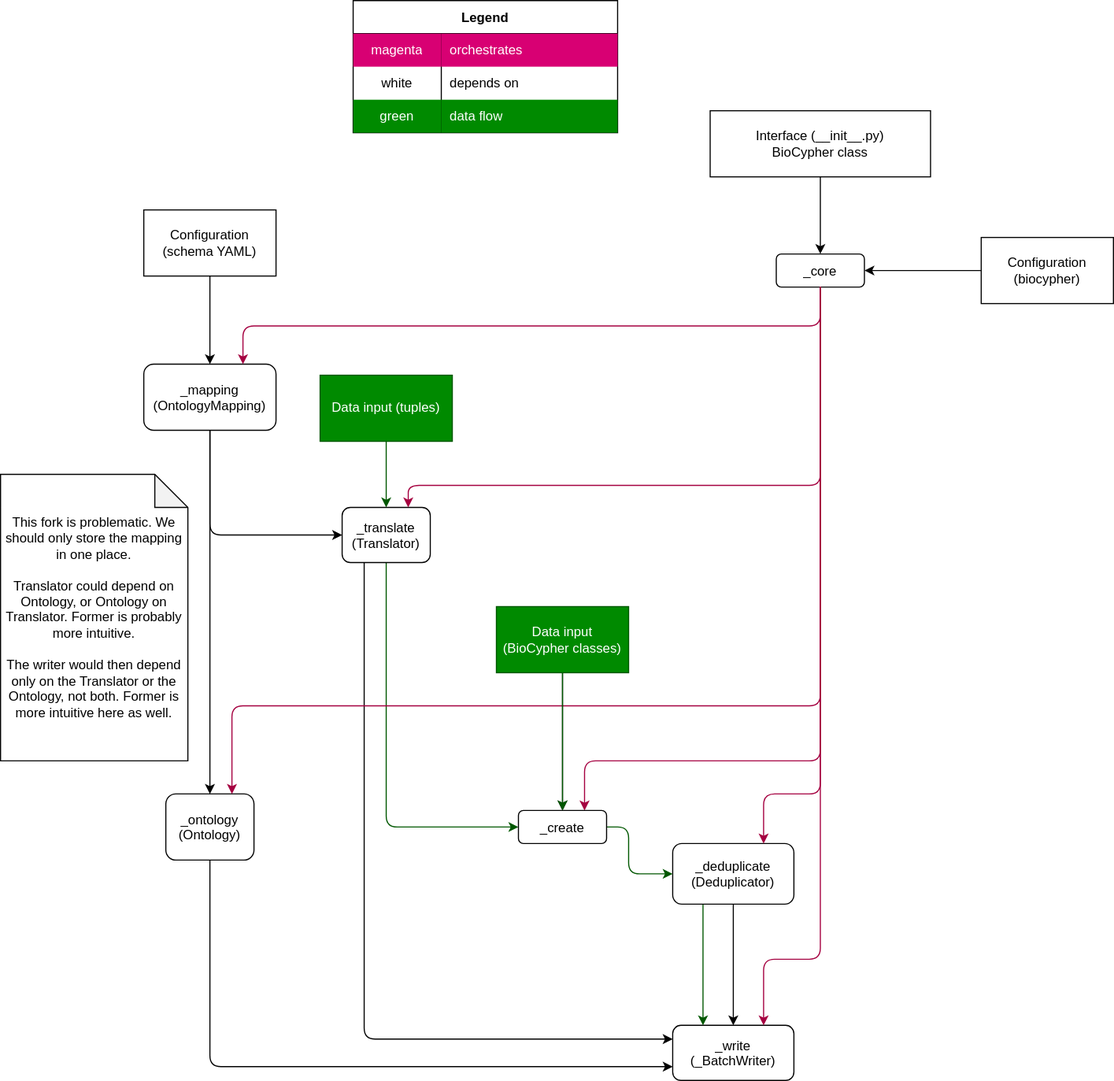
Above: write_mode.drawio.svg in biocypher/biocypher (draw.io), before the change. Source tidied: cells renumbered, new cells last; positions are measured from the earlier drawing's top-left corner, leaving out a move shared by most shapes.
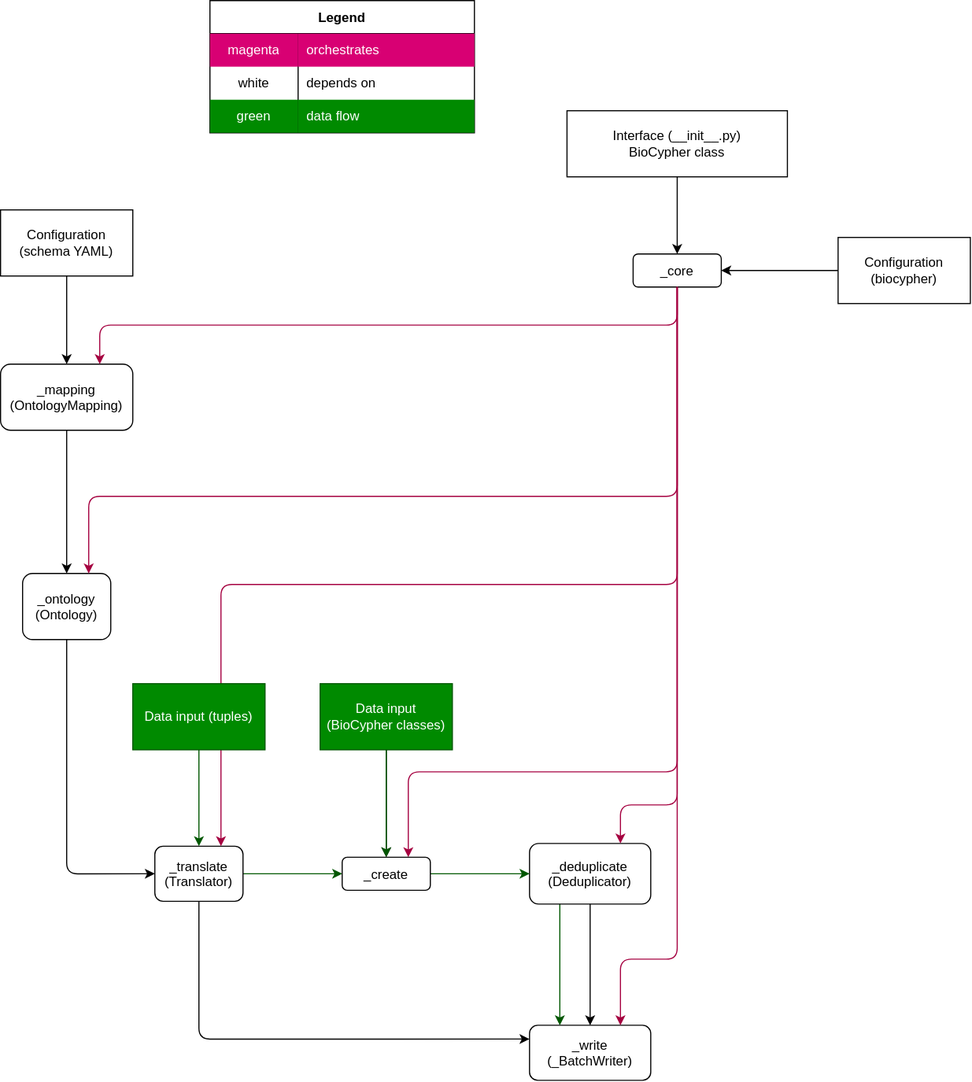
Above is the later version.

The edit, as a diff of the source:
```diff
@@ -5,8 +5,8 @@
     <mxCell id="2" style="edgeStyle=orthogonalEdgeStyle;html=1;exitX=0.5;exitY=1;exitDx=0;exitDy=0;entryX=0.75;entryY=0;entryDx=0;entryDy=0;elbow=vertical;fillColor=#d80073;strokeColor=#A50040;" parent="1" edge="1" source="3" target="24">
       <mxGeometry relative="1" as="geometry">
         <Array as="points">
-          <mxPoint x="744" y="690" />
-          <mxPoint x="530" y="690" />
+          <mxPoint x="744" y="700" />
+          <mxPoint x="500" y="700" />
         </Array>
       </mxGeometry>
     </mxCell>
@@ -24,31 +24,33 @@
         </Array>
       </mxGeometry>
     </mxCell>
-    <mxCell id="6" style="edgeStyle=orthogonalEdgeStyle;html=1;exitX=0.5;exitY=1;exitDx=0;exitDy=0;entryX=0;entryY=0.5;entryDx=0;entryDy=0;elbow=vertical;fillColor=#008a00;strokeColor=#005700;" parent="1" edge="1" source="8" target="24">
+    <mxCell id="6" style="edgeStyle=orthogonalEdgeStyle;html=1;exitX=1;exitY=0.5;exitDx=0;exitDy=0;entryX=0;entryY=0.5;entryDx=0;entryDy=0;elbow=vertical;fillColor=#008a00;strokeColor=#005700;" parent="1" edge="1" source="8" target="24">
       <mxGeometry relative="1" as="geometry" />
     </mxCell>
-    <mxCell id="7" style="edgeStyle=orthogonalEdgeStyle;html=1;exitX=0.25;exitY=1;exitDx=0;exitDy=0;entryX=0;entryY=0.25;entryDx=0;entryDy=0;elbow=vertical;" parent="1" edge="1" source="8" target="4">
+    <mxCell id="7" style="edgeStyle=orthogonalEdgeStyle;html=1;exitX=0.5;exitY=1;exitDx=0;exitDy=0;entryX=0;entryY=0.25;entryDx=0;entryDy=0;elbow=vertical;" parent="1" edge="1" source="8" target="4">
       <mxGeometry relative="1" as="geometry" />
     </mxCell>
     <mxCell id="8" value="_translate&#10;(Translator)" style="rounded=1;" parent="1" vertex="1">
-      <mxGeometry x="310" y="460" width="80" height="50" as="geometry" />
+      <mxGeometry x="270" y="767.5" width="80" height="50" as="geometry" />
     </mxCell>
     <mxCell id="9" style="edgeStyle=elbowEdgeStyle;elbow=vertical;fillColor=#d80073;strokeColor=#A50040;entryX=0.75;entryY=0;entryDx=0;entryDy=0;" parent="1" edge="1" source="3" target="8">
       <mxGeometry relative="1" as="geometry">
         <Array as="points">
+          <mxPoint x="460" y="530" />
           <mxPoint x="490" y="440" />
         </Array>
       </mxGeometry>
     </mxCell>
-    <mxCell id="10" style="edgeStyle=orthogonalEdgeStyle;html=1;exitX=0.5;exitY=1;exitDx=0;exitDy=0;entryX=0;entryY=0.75;entryDx=0;entryDy=0;elbow=vertical;" parent="1" edge="1" source="11" target="4">
+    <mxCell id="10" style="edgeStyle=orthogonalEdgeStyle;html=1;exitX=0.5;exitY=1;exitDx=0;exitDy=0;entryX=0;entryY=0.5;entryDx=0;entryDy=0;elbow=vertical;" parent="1" edge="1" source="11" target="8">
       <mxGeometry relative="1" as="geometry" />
     </mxCell>
     <mxCell id="11" value="_ontology&#10;(Ontology)" style="rounded=1;" parent="1" vertex="1">
-      <mxGeometry x="150" y="720" width="80" height="60" as="geometry" />
+      <mxGeometry x="150" y="520" width="80" height="60" as="geometry" />
     </mxCell>
     <mxCell id="12" style="edgeStyle=elbowEdgeStyle;elbow=vertical;fillColor=#d80073;strokeColor=#A50040;entryX=0.75;entryY=0;entryDx=0;entryDy=0;" parent="1" edge="1" source="3" target="11">
       <mxGeometry relative="1" as="geometry">
         <Array as="points">
+          <mxPoint x="290" y="450" />
           <mxPoint x="500" y="640" />
           <mxPoint x="410" y="560" />
           <mxPoint x="450" y="460" />
@@ -75,13 +77,10 @@
     <mxCell id="18" style="edgeStyle=elbowEdgeStyle;elbow=vertical;fillColor=#d80073;strokeColor=#A50040;entryX=0.75;entryY=0;entryDx=0;entryDy=0;" parent="1" edge="1" source="3" target="17">
       <mxGeometry relative="1" as="geometry">
         <Array as="points">
-          <mxPoint x="744" y="720" />
+          <mxPoint x="744" y="730" />
         </Array>
       </mxGeometry>
     </mxCell>
-    <mxCell id="19" style="edgeStyle=orthogonalEdgeStyle;html=1;entryX=0;entryY=0.5;entryDx=0;entryDy=0;exitX=0.5;exitY=1;exitDx=0;exitDy=0;elbow=vertical;" parent="1" edge="1" source="21" target="8">
-      <mxGeometry relative="1" as="geometry" />
-    </mxCell>
     <mxCell id="20" style="edgeStyle=orthogonalEdgeStyle;html=1;exitX=0.5;exitY=1;exitDx=0;exitDy=0;entryX=0.5;entryY=0;entryDx=0;entryDy=0;elbow=vertical;" parent="1" edge="1" source="21" target="11">
       <mxGeometry relative="1" as="geometry" />
     </mxCell>
@@ -91,13 +90,11 @@
     <mxCell id="22" style="edgeStyle=elbowEdgeStyle;elbow=vertical;exitX=0.5;exitY=1;exitDx=0;exitDy=0;fillColor=#d80073;strokeColor=#A50040;entryX=0.75;entryY=0;entryDx=0;entryDy=0;" parent="1" edge="1" source="3" target="21">
       <mxGeometry relative="1" as="geometry" />
     </mxCell>
-    <mxCell id="23" style="edgeStyle=orthogonalEdgeStyle;html=1;exitX=1;exitY=0.5;exitDx=0;exitDy=0;entryX=0;entryY=0.5;entryDx=0;entryDy=0;elbow=vertical;fillColor=#008a00;strokeColor=#005700;" parent="1" edge="1" target="17">
-      <mxGeometry relative="1" as="geometry">
-        <mxPoint x="530" y="750" as="sourcePoint" />
-      </mxGeometry>
+    <mxCell id="23" style="edgeStyle=orthogonalEdgeStyle;html=1;exitX=1;exitY=0.5;exitDx=0;exitDy=0;entryX=0;entryY=0.5;entryDx=0;entryDy=0;elbow=vertical;fillColor=#008a00;strokeColor=#005700;" parent="1" edge="1" source="24" target="17">
+      <mxGeometry relative="1" as="geometry" />
     </mxCell>
     <mxCell id="24" value="_create" style="rounded=1;" parent="1" vertex="1">
-      <mxGeometry x="470" y="735" width="80" height="30" as="geometry" />
+      <mxGeometry x="440" y="777.5" width="80" height="30" as="geometry" />
     </mxCell>
     <mxCell id="25" style="edgeStyle=elbowEdgeStyle;elbow=vertical;exitX=0.5;exitY=1;exitDx=0;exitDy=0;startArrow=none;" parent="1" edge="1" source="33" target="24">
       <mxGeometry relative="1" as="geometry" />
@@ -106,7 +103,7 @@
       <mxGeometry relative="1" as="geometry" />
     </mxCell>
     <mxCell id="27" value="Data input (tuples)" style="rounded=0;whiteSpace=wrap;html=1;fillColor=#008a00;fontColor=#ffffff;strokeColor=#005700;" parent="1" vertex="1">
-      <mxGeometry x="290" y="340" width="120" height="60" as="geometry" />
+      <mxGeometry x="250" y="620" width="120" height="60" as="geometry" />
     </mxCell>
     <mxCell id="28" style="edgeStyle=none;html=1;exitX=0.5;exitY=1;exitDx=0;exitDy=0;entryX=0.5;entryY=0;entryDx=0;entryDy=0;fillColor=#008a00;strokeColor=#005700;" parent="1" edge="1" source="33" target="24">
       <mxGeometry relative="1" as="geometry" />
@@ -124,11 +121,8 @@
       <mxGeometry x="890" y="215" width="120" height="60" as="geometry" />
     </mxCell>
     <mxCell id="33" value="Data input (BioCypher classes)" style="rounded=0;whiteSpace=wrap;html=1;fillColor=#008a00;fontColor=#ffffff;strokeColor=#005700;" parent="1" vertex="1">
-      <mxGeometry x="450" y="550" width="120" height="60" as="geometry" />
+      <mxGeometry x="420" y="620" width="120" height="60" as="geometry" />
     </mxCell>
-    <mxCell id="34" value="This fork is problematic. We should only store the mapping in one place.&lt;br&gt;&lt;br&gt;Translator could depend on Ontology, or Ontology on Translator. Former is probably more intuitive.&lt;br&gt;&lt;br&gt;The writer would then depend only on the Translator or the Ontology, not both. Former is more intuitive here as well." style="shape=note;whiteSpace=wrap;html=1;backgroundOutline=1;darkOpacity=0.05;" parent="1" vertex="1">
-      <mxGeometry y="430" width="170" height="260" as="geometry" />
-    </mxCell>
     <mxCell id="35" value="Legend" style="shape=table;startSize=30;rowLines=0;fontStyle=1;" parent="1" vertex="1">
       <mxGeometry x="320" width="240" height="120" as="geometry" />
     </mxCell>
```
